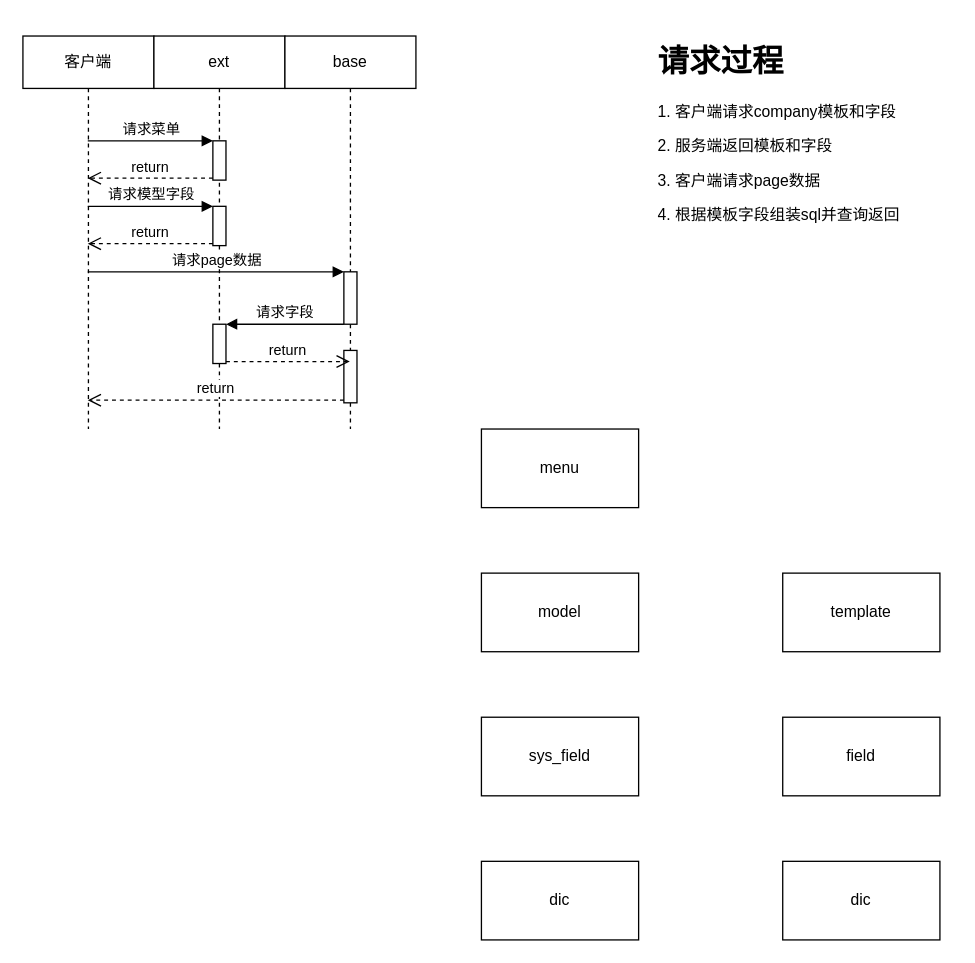
Before: 自定义字段.drawio in lipeng260/drawio, a draw.io diagram. Source tidied: cells renumbered, new cells numbered last; positions are measured from the earlier drawing's top-left corner, leaving out a move shared by most shapes. Both pictures are drawn from the tidied source at 131%, with x=0, y=0 at pixel (22, 35).
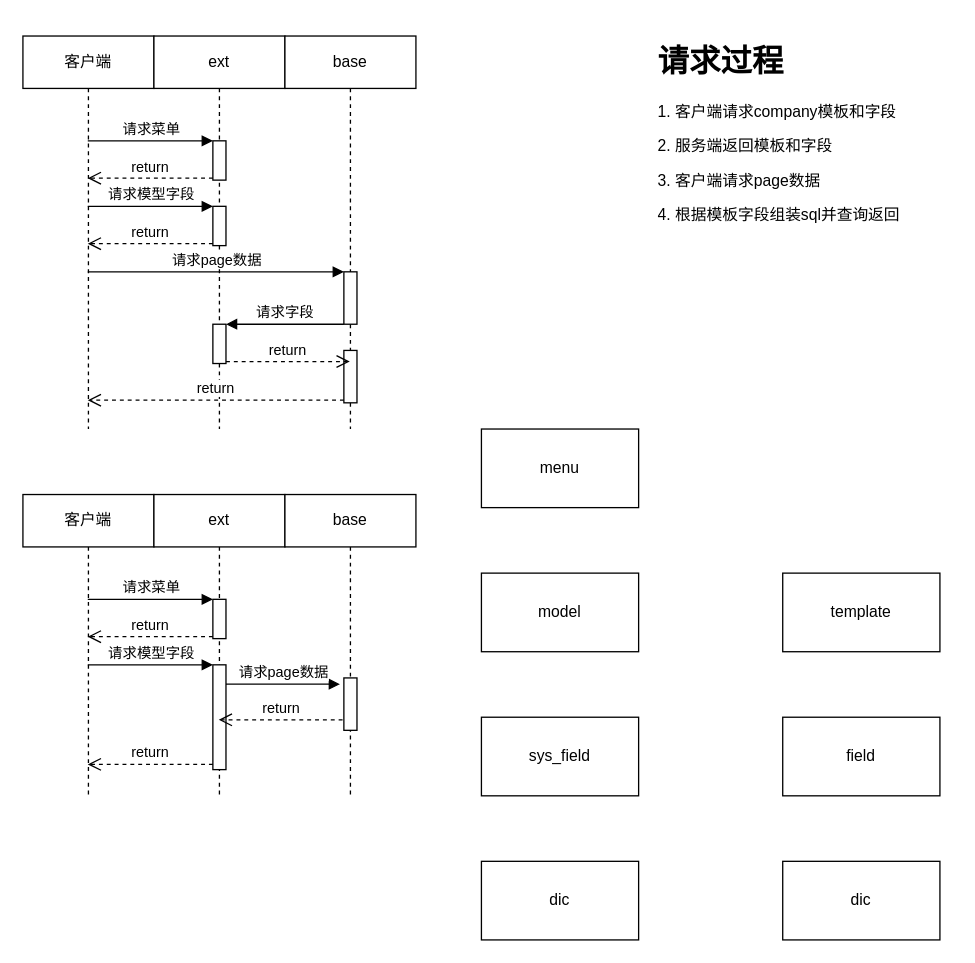
After the change.

Commit message:
更新自定义字段.drawio

The edit, as a diff of the source:
```diff
@@
+    <mxCell id="26" value="客户端" style="shape=umlLifeline;perimeter=lifelinePerimeter;whiteSpace=wrap;html=1;outlineConnect=0;" parent="1" vertex="1">
+      <mxGeometry y="350" width="100" height="230" as="geometry" />
+    </mxCell>
+    <mxCell id="27" value="ext" style="shape=umlLifeline;perimeter=lifelinePerimeter;whiteSpace=wrap;html=1;outlineConnect=0;" parent="1" vertex="1">
+      <mxGeometry x="100" y="350" width="100" height="230" as="geometry" />
+    </mxCell>
+    <mxCell id="28" style="html=1;points=[];perimeter=orthogonalPerimeter;" parent="27" vertex="1">
+      <mxGeometry x="45" y="80" width="10" height="30" as="geometry" />
+    </mxCell>
+    <mxCell id="29" style="html=1;points=[];perimeter=orthogonalPerimeter;" parent="27" vertex="1">
+      <mxGeometry x="45" y="130" width="10" height="80" as="geometry" />
+    </mxCell>
+    <mxCell id="30" value="base" style="shape=umlLifeline;perimeter=lifelinePerimeter;whiteSpace=wrap;html=1;" parent="1" vertex="1">
+      <mxGeometry x="200" y="350" width="100" height="230" as="geometry" />
+    </mxCell>
+    <mxCell id="31" style="html=1;points=[];perimeter=orthogonalPerimeter;" parent="30" vertex="1">
+      <mxGeometry x="45" y="140" width="10" height="40" as="geometry" />
+    </mxCell>
+    <mxCell id="32" value="请求菜单" style="html=1;verticalAlign=bottom;endArrow=block;entryX=0;entryY=0;" parent="1" edge="1" source="26" target="28">
+      <mxGeometry relative="1" as="geometry" />
+    </mxCell>
+    <mxCell id="33" value="return" style="html=1;verticalAlign=bottom;endArrow=open;dashed=1;endSize=8;exitX=0;exitY=0.95;" parent="1" edge="1" source="28" target="26">
+      <mxGeometry relative="1" as="geometry" />
+    </mxCell>
+    <mxCell id="34" value="请求模型字段" style="html=1;verticalAlign=bottom;endArrow=block;entryX=0;entryY=0;" parent="1" edge="1" source="26" target="29">
+      <mxGeometry relative="1" as="geometry" />
+    </mxCell>
+    <mxCell id="35" value="return" style="html=1;verticalAlign=bottom;endArrow=open;dashed=1;endSize=8;exitX=0;exitY=0.95;" parent="1" edge="1" source="29" target="26">
+      <mxGeometry relative="1" as="geometry" />
+    </mxCell>
+    <mxCell id="36" value="请求page数据" style="html=1;verticalAlign=bottom;endArrow=block;entryX=-0.3;entryY=0.12;entryDx=0;entryDy=0;entryPerimeter=0;" parent="1" edge="1" source="29" target="31">
+      <mxGeometry relative="1" as="geometry" />
+    </mxCell>
+    <mxCell id="37" value="return" style="html=1;verticalAlign=bottom;endArrow=open;dashed=1;endSize=8;exitX=-0.1;exitY=0.8;exitDx=0;exitDy=0;exitPerimeter=0;" parent="1" edge="1" source="31" target="27">
+      <mxGeometry relative="1" as="geometry" />
+    </mxCell>
```
